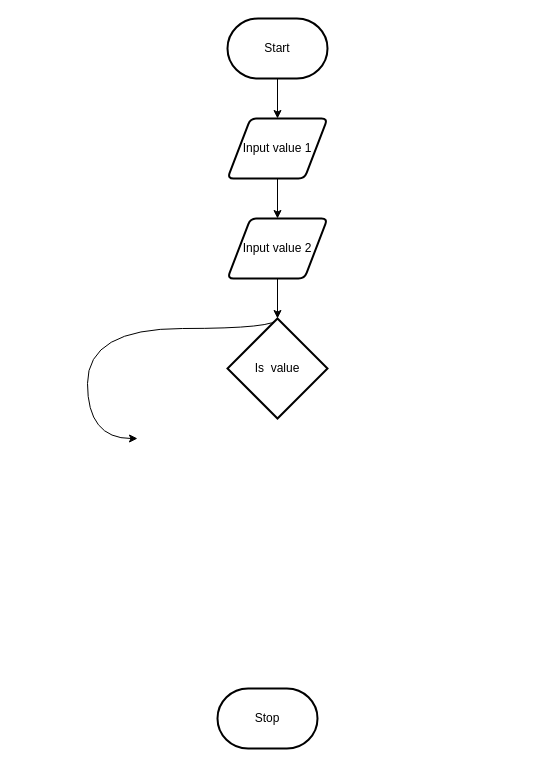
Before: design/flow-chart.drawio in Liya-Getachew/ICS2O-Unit5-06-JS, a draw.io diagram. Source tidied: cells renumbered, new cells numbered last; positions are measured from the earlier drawing's top-left corner, leaving out a move shared by most shapes. Both pictures are drawn from the tidied source at 100%, with x=0, y=0 at pixel (87, 18).
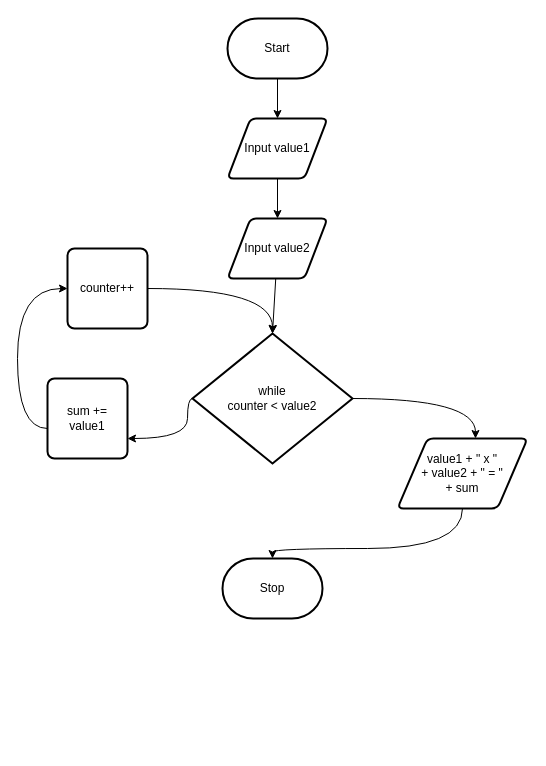
Above is the later version.

Commit message (it also covers changes not shown here):
chart and board

The edit, as a diff of the source:
```diff
@@
-    <mxCell id="5" value="Input value 1" style="shape=parallelogram;html=1;strokeWidth=2;perimeter=parallelogramPerimeter;whiteSpace=wrap;rounded=1;arcSize=12;size=0.23;" parent="1" vertex="1">
+    <mxCell id="5" value="Input value1" style="shape=parallelogram;html=1;strokeWidth=2;perimeter=parallelogramPerimeter;whiteSpace=wrap;rounded=1;arcSize=12;size=0.23;" parent="1" vertex="1">
       <mxGeometry x="140" y="100" width="100" height="60" as="geometry" />
     </mxCell>
@@
     <mxCell id="7" value="Stop" style="strokeWidth=2;html=1;shape=mxgraph.flowchart.terminator;whiteSpace=wrap;" parent="1" vertex="1">
-      <mxGeometry x="130" y="670" width="100" height="60" as="geometry" />
+      <mxGeometry x="135" y="540" width="100" height="60" as="geometry" />
     </mxCell>
@@
-    <mxCell id="9" value="Input value 2" style="shape=parallelogram;html=1;strokeWidth=2;perimeter=parallelogramPerimeter;whiteSpace=wrap;rounded=1;arcSize=12;size=0.23;" parent="1" vertex="1">
+    <mxCell id="9" value="Input value2" style="shape=parallelogram;html=1;strokeWidth=2;perimeter=parallelogramPerimeter;whiteSpace=wrap;rounded=1;arcSize=12;size=0.23;" parent="1" vertex="1">
       <mxGeometry x="140" y="200" width="100" height="60" as="geometry" />
     </mxCell>
-    <mxCell id="10" style="edgeStyle=orthogonalEdgeStyle;html=1;curved=1;exitX=0.5;exitY=0;exitDx=0;exitDy=0;exitPerimeter=0;" parent="1" edge="1" source="11">
-      <mxGeometry relative="1" as="geometry">
-        <mxPoint x="50" y="420" as="targetPoint" />
-        <Array as="points">
-          <mxPoint x="190" y="310" />
-          <mxPoint y="310" />
-          <mxPoint y="420" />
-        </Array>
-      </mxGeometry>
-    </mxCell>
+    <mxCell id="12" style="edgeStyle=orthogonalEdgeStyle;html=1;curved=1;" parent="1" edge="1" source="11" target="15">
+      <mxGeometry relative="1" as="geometry">
+        <Array as="points">
+          <mxPoint x="100" y="380" />
+          <mxPoint x="100" y="420" />
+        </Array>
+      </mxGeometry>
+    </mxCell>
+    <mxCell id="13" style="edgeStyle=orthogonalEdgeStyle;curved=1;html=1;entryX=0.6;entryY=0;entryDx=0;entryDy=0;entryPerimeter=0;" parent="1" edge="1" source="11" target="19">
+      <mxGeometry relative="1" as="geometry" />
+    </mxCell>
-    <mxCell id="11" value="Is&amp;nbsp; value" style="strokeWidth=2;html=1;shape=mxgraph.flowchart.decision;whiteSpace=wrap;" parent="1" vertex="1">
-      <mxGeometry x="140" y="300" width="100" height="100" as="geometry" />
+    <mxCell id="11" value="while&lt;br&gt;counter &amp;lt; value2" style="strokeWidth=2;html=1;shape=mxgraph.flowchart.decision;whiteSpace=wrap;" parent="1" vertex="1">
+      <mxGeometry x="105" y="315" width="160" height="130" as="geometry" />
     </mxCell>
+    <mxCell id="14" style="edgeStyle=orthogonalEdgeStyle;curved=1;html=1;entryX=0;entryY=0.5;entryDx=0;entryDy=0;" parent="1" edge="1" source="15" target="17">
+      <mxGeometry relative="1" as="geometry">
+        <Array as="points">
+          <mxPoint x="-70" y="410" />
+          <mxPoint x="-70" y="270" />
+        </Array>
+      </mxGeometry>
+    </mxCell>
+    <mxCell id="15" value="sum += value1&lt;br&gt;" style="rounded=1;whiteSpace=wrap;html=1;absoluteArcSize=1;arcSize=14;strokeWidth=2;" parent="1" vertex="1">
+      <mxGeometry x="-40" y="360" width="80" height="80" as="geometry" />
+    </mxCell>
+    <mxCell id="16" style="edgeStyle=orthogonalEdgeStyle;curved=1;html=1;entryX=0.5;entryY=0;entryDx=0;entryDy=0;entryPerimeter=0;" parent="1" edge="1" source="17" target="11">
+      <mxGeometry relative="1" as="geometry" />
+    </mxCell>
+    <mxCell id="17" value="counter++" style="rounded=1;whiteSpace=wrap;html=1;absoluteArcSize=1;arcSize=14;strokeWidth=2;" parent="1" vertex="1">
+      <mxGeometry x="-20" y="230" width="80" height="80" as="geometry" />
+    </mxCell>
+    <mxCell id="18" style="edgeStyle=orthogonalEdgeStyle;curved=1;html=1;entryX=0.5;entryY=0;entryDx=0;entryDy=0;entryPerimeter=0;" parent="1" edge="1" source="19" target="7">
+      <mxGeometry relative="1" as="geometry">
+        <Array as="points">
+          <mxPoint x="375" y="530" />
+          <mxPoint x="185" y="530" />
+        </Array>
+      </mxGeometry>
+    </mxCell>
+    <mxCell id="19" value="value1 + &quot; x &quot;&lt;br&gt;+ value2 + &quot; = &quot;&lt;br&gt;+ sum" style="shape=parallelogram;html=1;strokeWidth=2;perimeter=parallelogramPerimeter;whiteSpace=wrap;rounded=1;arcSize=12;size=0.23;" parent="1" vertex="1">
+      <mxGeometry x="310" y="420" width="130" height="70" as="geometry" />
+    </mxCell>
```
